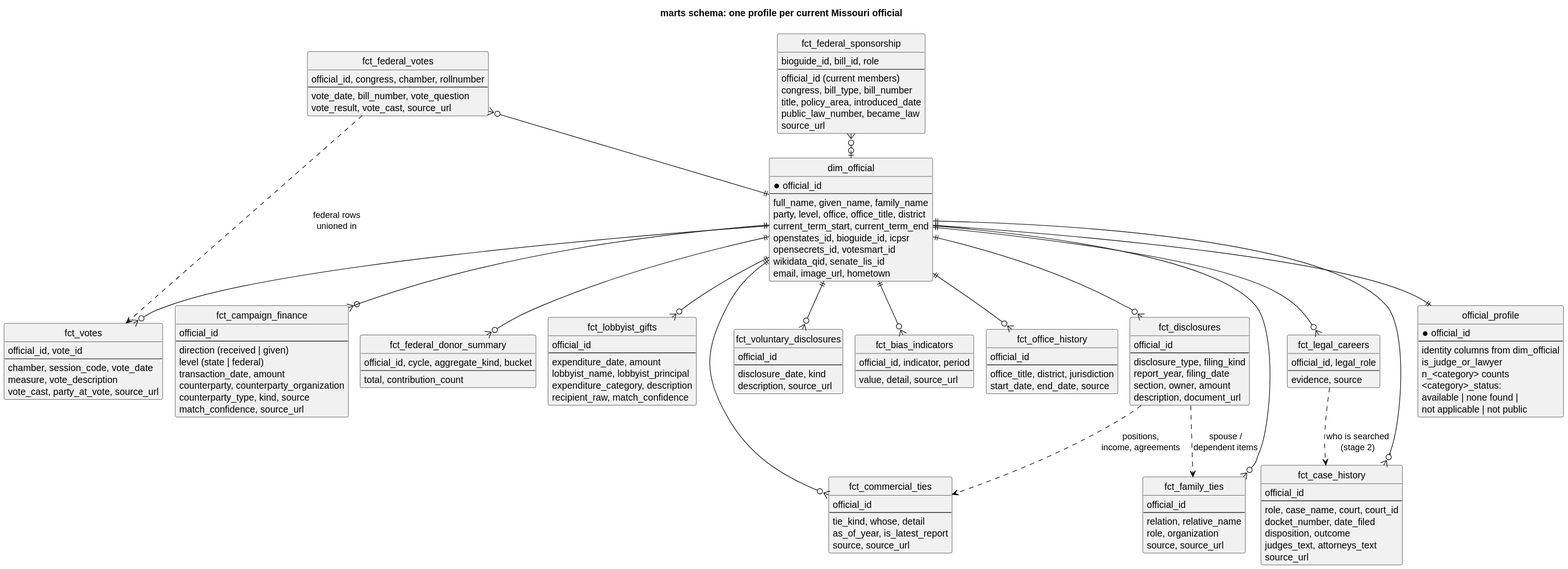
akettmann/missouri_gov_feed keeps this PlantUML diagram as docs/diagrams/data_model.svg. Above is the earlier version. Its source is kept beside it as docs/diagrams/data_model.puml.
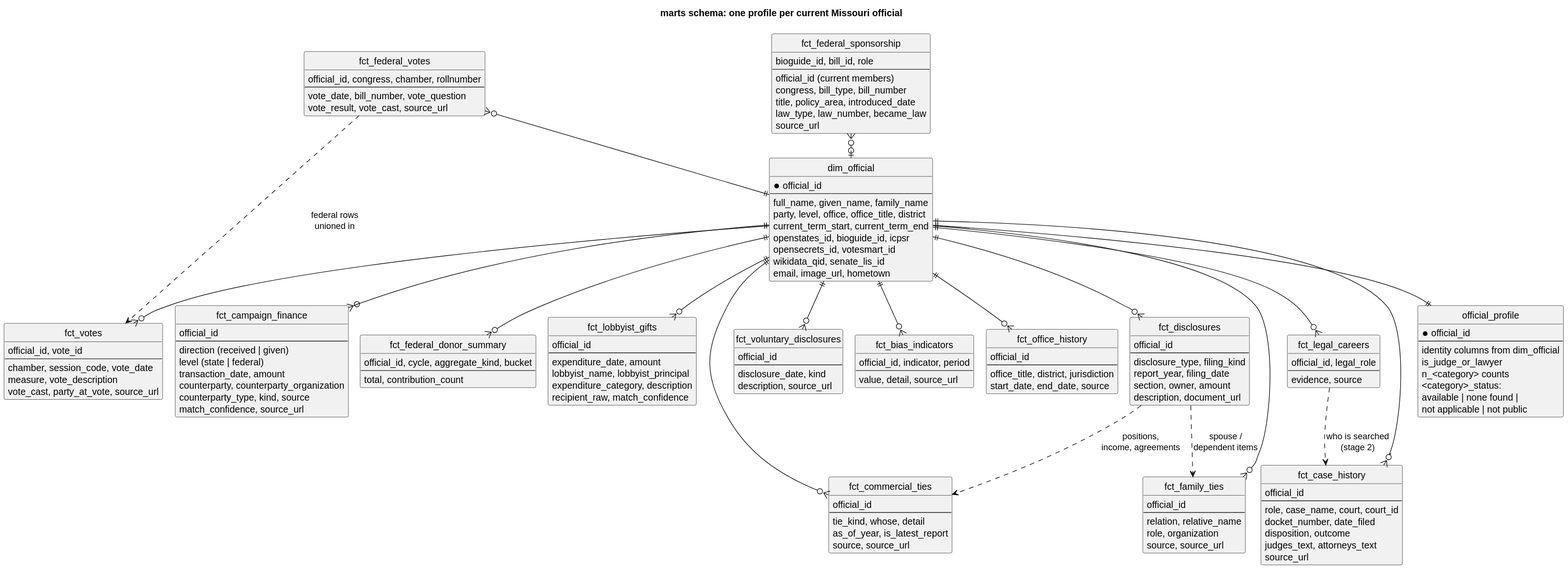
Later version of the same file.

What changed in the source:
```diff
@@ -47,7 +47,7 @@
   official_id (current members)
   congress, bill_type, bill_number
   title, policy_area, introduced_date
-  public_law_number, became_law
+  law_type, law_number, became_law
   source_url
 }
 
```
